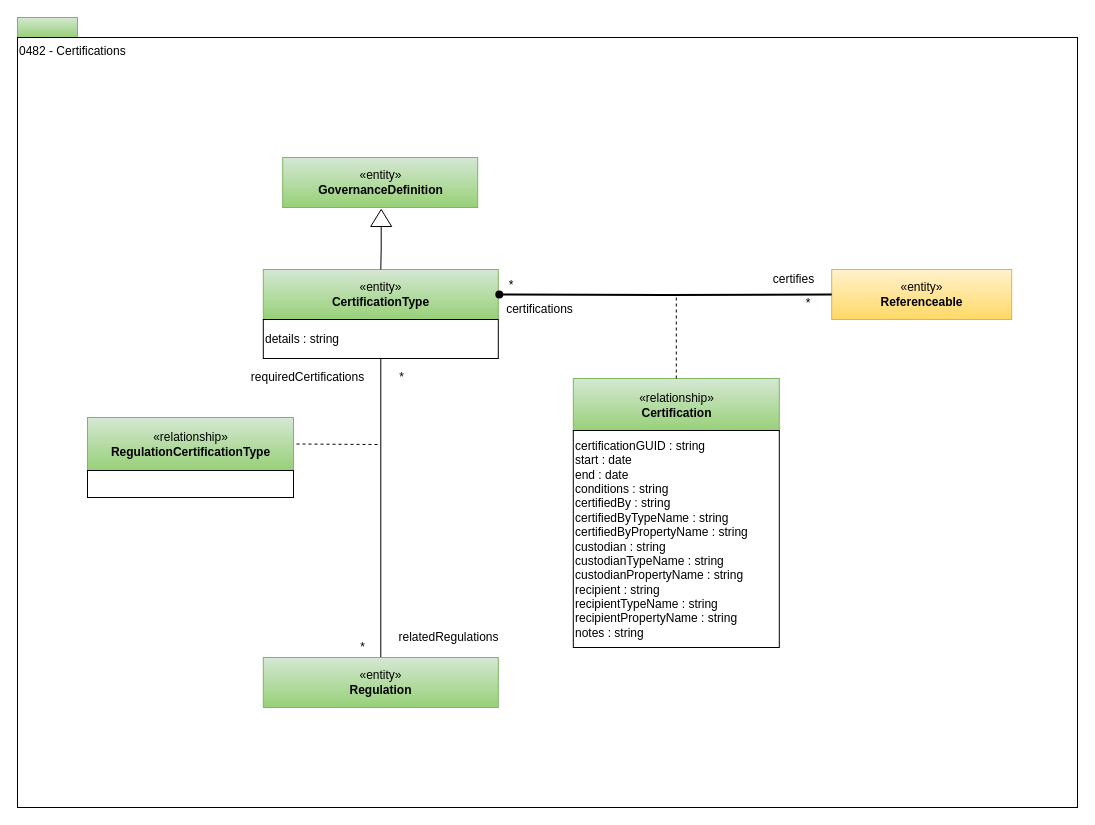
Above: page "0482-Certifications" (29 of 32) of site/docs/types/4/area-4-governance.drawio in odpi/egeria-docs (draw.io), before the change. Source tidied: cells renumbered, new cells numbered last; positions are measured from the earlier drawing's top-left corner, leaving out a move shared by most shapes. Both pictures are drawn from the tidied source at 100%, with x=0, y=0 at pixel (17, 17).
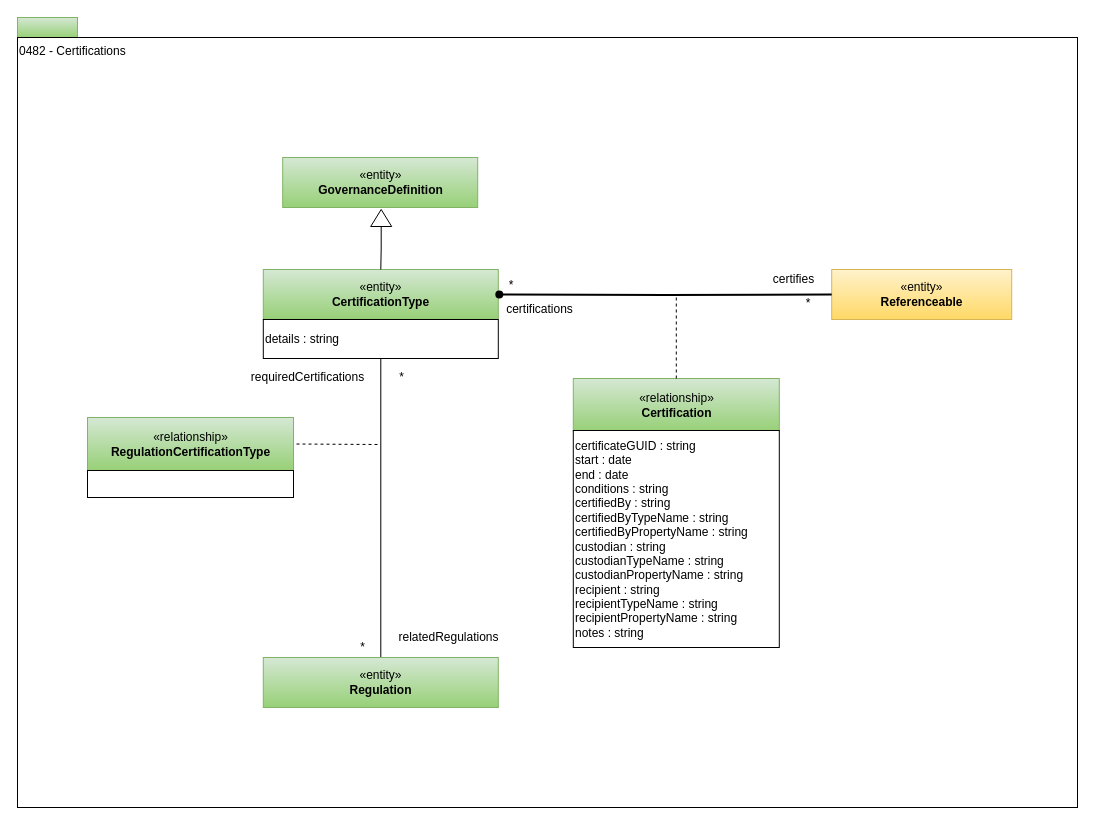
The same diagram, later.

Change to the diagram source:
```diff
@@
-    <mxCell id="14" value="certificationGUID : string&lt;br&gt;start : date&lt;br&gt;end : date&lt;br&gt;conditions : string&lt;br&gt;certifiedBy : string&lt;br&gt;certifiedByTypeName : string&lt;br&gt;certifiedByPropertyName : string&lt;br&gt;custodian : string&lt;br&gt;custodianTypeName : string&lt;br&gt;custodianPropertyName : string&lt;br&gt;recipient : string&lt;br&gt;recipientTypeName : string&lt;br&gt;recipientPropertyName : string&lt;br&gt;notes : string" style="rounded=0;whiteSpace=wrap;html=1;strokeColor=#000000;gradientColor=#ffffff;align=left;" parent="1" vertex="1">
+    <mxCell id="14" value="certificateGUID : string&lt;br&gt;start : date&lt;br&gt;end : date&lt;br&gt;conditions : string&lt;br&gt;certifiedBy : string&lt;br&gt;certifiedByTypeName : string&lt;br&gt;certifiedByPropertyName : string&lt;br&gt;custodian : string&lt;br&gt;custodianTypeName : string&lt;br&gt;custodianPropertyName : string&lt;br&gt;recipient : string&lt;br&gt;recipientTypeName : string&lt;br&gt;recipientPropertyName : string&lt;br&gt;notes : string" style="rounded=0;whiteSpace=wrap;html=1;strokeColor=#000000;gradientColor=#ffffff;align=left;" parent="1" vertex="1">
       <mxGeometry x="555.8" y="413" width="206" height="217" as="geometry" />
     </mxCell>
```
